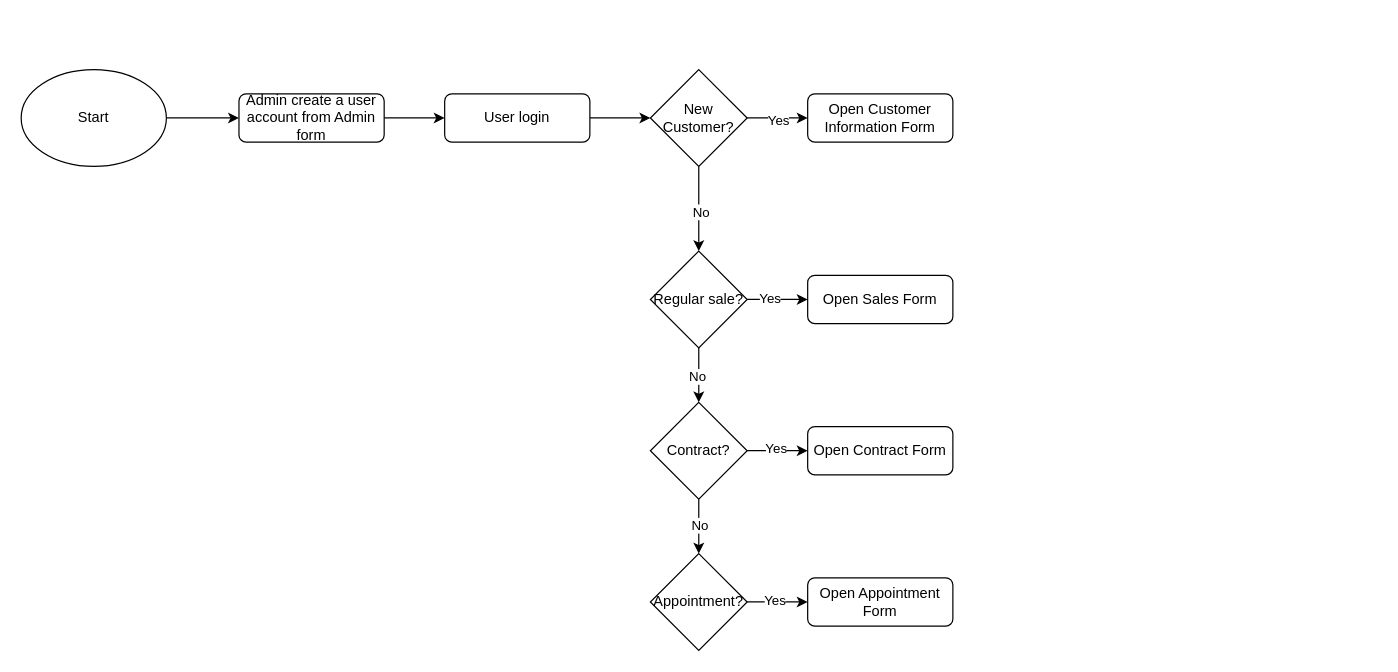
This is Untitled Diagram.drawio from johnnmichael029/Car-Wash-Management-System, a draw.io file, before an edit. Source tidied: cells renumbered, new cells numbered last; positions are measured from the earlier drawing's top-left corner, leaving out a move shared by most shapes. Both pictures are drawn from the tidied source at 121%, with x=0, y=0 at pixel (21, 69).
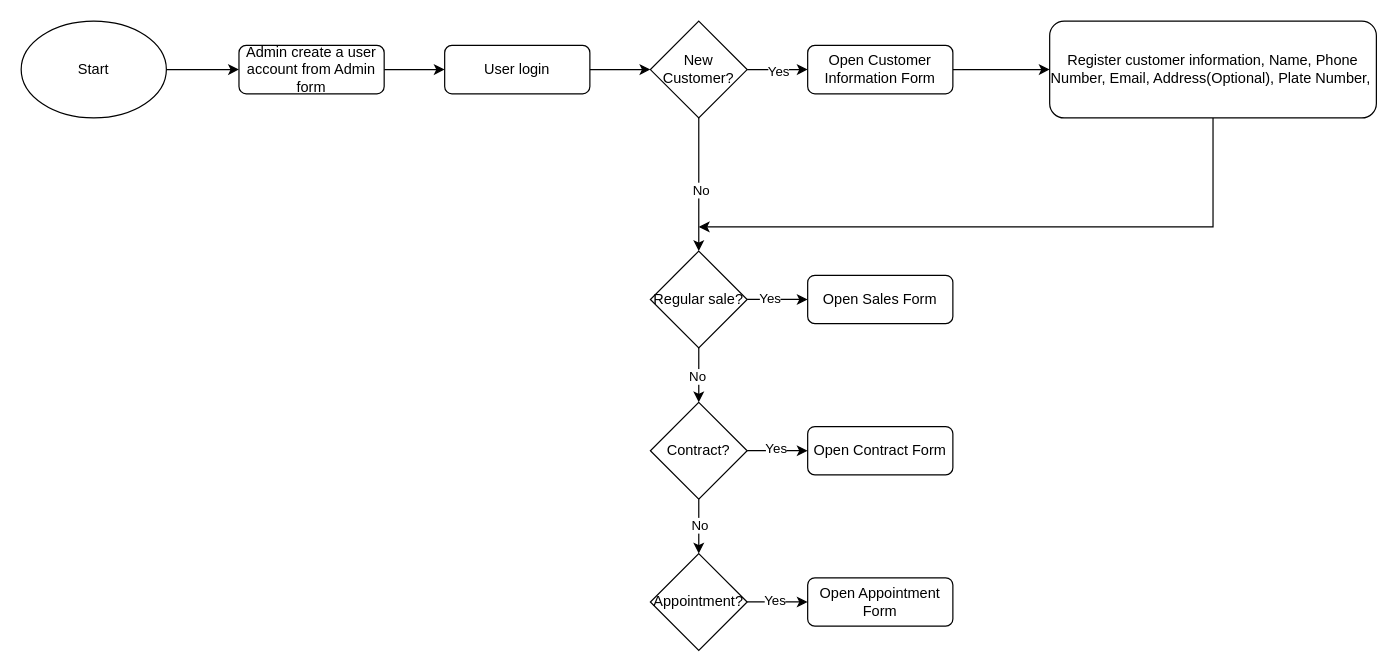
After the change.

Commit message:
Add FLowchart Name

Unchanged cells that the change refers to:
```xml
<mxCell id="18" value="Regular sale?" style="rhombus;whiteSpace=wrap;html=1;" parent="1" vertex="1">
  <mxGeometry x="520" y="150" width="80" height="80" as="geometry" />
</mxCell>
```

What changed in the source:
```diff
@@
     <mxCell id="3" value="Admin create a user account from Admin form" style="rounded=1;whiteSpace=wrap;html=1;fontSize=12;glass=0;strokeWidth=1;shadow=0;" parent="1" vertex="1">
-      <mxGeometry x="180" y="20" width="120" height="40" as="geometry" />
+      <mxGeometry x="180" y="-20" width="120" height="40" as="geometry" />
     </mxCell>
@@
     <mxCell id="5" value="User login" style="rounded=1;whiteSpace=wrap;html=1;fontSize=12;glass=0;strokeWidth=1;shadow=0;" parent="1" vertex="1">
-      <mxGeometry x="350" y="20" width="120" height="40" as="geometry" />
+      <mxGeometry x="350" y="-20" width="120" height="40" as="geometry" />
     </mxCell>
@@
     <mxCell id="7" value="Start" style="ellipse;whiteSpace=wrap;html=1;" parent="1" vertex="1">
-      <mxGeometry width="120" height="80" as="geometry" />
+      <mxGeometry y="-40" width="120" height="80" as="geometry" />
     </mxCell>
@@
-    <mxCell id="10" style="edgeStyle=orthogonalEdgeStyle;rounded=0;jettySize=auto;html=1;entryX=0.5;entryY=0;entryDx=0;entryDy=0;" parent="1" edge="1" source="12">
-      <mxGeometry relative="1" as="geometry">
-        <mxPoint x="560" y="150" as="targetPoint" />
-      </mxGeometry>
+    <mxCell id="10" style="edgeStyle=orthogonalEdgeStyle;rounded=0;jettySize=auto;html=1;entryX=0.5;entryY=0;entryDx=0;entryDy=0;" parent="1" edge="1" source="12" target="18">
+      <mxGeometry relative="1" as="geometry" />
     </mxCell>
@@
     <mxCell id="12" value="New Customer?" style="rhombus;whiteSpace=wrap;html=1;" parent="1" vertex="1">
-      <mxGeometry x="520" width="80" height="80" as="geometry" />
+      <mxGeometry x="520" y="-40" width="80" height="80" as="geometry" />
     </mxCell>
+    <mxCell id="30" style="edgeStyle=orthogonalEdgeStyle;rounded=0;jettySize=auto;html=1;entryX=0;entryY=0.5;entryDx=0;entryDy=0;" parent="1" edge="1" source="13" target="32">
+      <mxGeometry relative="1" as="geometry" />
+    </mxCell>
     <mxCell id="13" value="Open Customer Information Form" style="rounded=1;whiteSpace=wrap;html=1;fontSize=12;glass=0;strokeWidth=1;shadow=0;" parent="1" vertex="1">
-      <mxGeometry x="650" y="20" width="120" height="40" as="geometry" />
+      <mxGeometry x="650" y="-20" width="120" height="40" as="geometry" />
     </mxCell>
@@
+    <mxCell id="31" style="edgeStyle=orthogonalEdgeStyle;rounded=0;jettySize=auto;html=1;" parent="1" edge="1" source="32">
+      <mxGeometry relative="1" as="geometry">
+        <mxPoint x="560" y="130" as="targetPoint" />
+        <Array as="points">
+          <mxPoint x="985" y="130" />
+        </Array>
+      </mxGeometry>
+    </mxCell>
+    <mxCell id="32" value="Register customer information, Name, Phone Number, Email, Address(Optional), Plate Number,&amp;nbsp;" style="rounded=1;whiteSpace=wrap;html=1;fontSize=12;glass=0;strokeWidth=1;shadow=0;" parent="1" vertex="1">
+      <mxGeometry x="850" y="-40" width="270" height="80" as="geometry" />
+    </mxCell>
```
